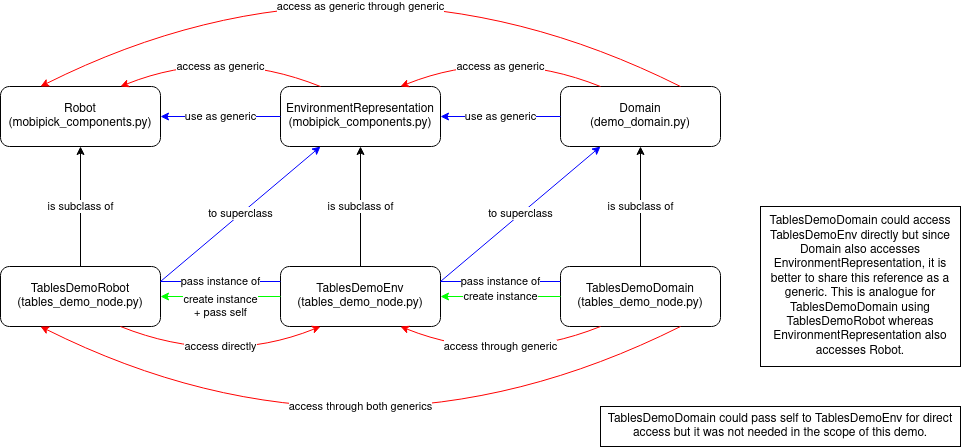
DFKI-NI/mobipick_labs keeps this draw.io diagram as tables_demo_planning/Tables Demo Generics.drawio.png. Above is the earlier version. Source tidied: cells renumbered, new cells last; positions are measured from the earlier drawing's top-left corner, leaving out a move shared by most shapes. The source it was exported from:
```xml
<mxGraphModel>
  <root>
    <mxCell id="0" />
    <mxCell id="1" parent="0" />
    <mxCell id="2" value="&lt;div&gt;Robot&lt;/div&gt;&lt;div&gt;(mobipick_components.py)&lt;br&gt;&lt;/div&gt;" style="rounded=1;whiteSpace=wrap;html=1;" parent="1" vertex="1">
      <mxGeometry y="160" width="160" height="60" as="geometry" />
    </mxCell>
    <mxCell id="3" value="&lt;div&gt;EnvironmentRepresentation&lt;/div&gt;&lt;div&gt;(mobipick_components.py)&lt;/div&gt;" style="rounded=1;whiteSpace=wrap;html=1;" parent="1" vertex="1">
      <mxGeometry x="280" y="160" width="160" height="60" as="geometry" />
    </mxCell>
    <mxCell id="4" value="&lt;div&gt;Domain&lt;/div&gt;&lt;div&gt;(demo_domain.py)&lt;br&gt;&lt;/div&gt;" style="rounded=1;whiteSpace=wrap;html=1;" parent="1" vertex="1">
      <mxGeometry x="560" y="160" width="160" height="60" as="geometry" />
    </mxCell>
    <mxCell id="5" value="&lt;div&gt;TablesDemoRobot&lt;/div&gt;&lt;div&gt;(tables_demo_node.py)&lt;/div&gt;" style="rounded=1;whiteSpace=wrap;html=1;" parent="1" vertex="1">
      <mxGeometry y="340" width="160" height="60" as="geometry" />
    </mxCell>
    <mxCell id="6" value="&lt;div&gt;TablesDemoEnv&lt;/div&gt;&lt;div&gt;(tables_demo_node.py)&lt;/div&gt;" style="rounded=1;whiteSpace=wrap;html=1;" parent="1" vertex="1">
      <mxGeometry x="280" y="340" width="160" height="60" as="geometry" />
    </mxCell>
    <mxCell id="7" value="&lt;div&gt;TablesDemoDomain&lt;/div&gt;&lt;div&gt;(tables_demo_node.py)&lt;br&gt;&lt;/div&gt;" style="rounded=1;whiteSpace=wrap;html=1;" parent="1" vertex="1">
      <mxGeometry x="560" y="340" width="160" height="60" as="geometry" />
    </mxCell>
    <mxCell id="8" value="is subclass of" style="endArrow=classic;html=1;rounded=0;exitX=0.5;exitY=0;exitDx=0;exitDy=0;entryX=0.5;entryY=1;entryDx=0;entryDy=0;" parent="1" edge="1" source="5" target="2">
      <mxGeometry relative="1" as="geometry" />
    </mxCell>
    <mxCell id="9" value="is subclass of" style="endArrow=classic;html=1;rounded=0;exitX=0.5;exitY=0;exitDx=0;exitDy=0;entryX=0.5;entryY=1;entryDx=0;entryDy=0;" parent="1" edge="1" source="6" target="3">
      <mxGeometry relative="1" as="geometry" />
    </mxCell>
    <mxCell id="10" value="is subclass of" style="endArrow=classic;html=1;rounded=0;exitX=0.5;exitY=0;exitDx=0;exitDy=0;entryX=0.5;entryY=1;entryDx=0;entryDy=0;" parent="1" edge="1" source="7" target="4">
      <mxGeometry relative="1" as="geometry" />
    </mxCell>
    <mxCell id="11" value="use as generic" style="endArrow=classic;html=1;rounded=0;exitX=0;exitY=0.5;exitDx=0;exitDy=0;entryX=1;entryY=0.5;entryDx=0;entryDy=0;strokeColor=#0000FF;" parent="1" edge="1" source="3" target="2">
      <mxGeometry relative="1" as="geometry" />
    </mxCell>
    <mxCell id="12" value="use as generic" style="endArrow=classic;html=1;rounded=0;exitX=0;exitY=0.5;exitDx=0;exitDy=0;entryX=1;entryY=0.5;entryDx=0;entryDy=0;strokeColor=#0000FF;" parent="1" edge="1" source="4" target="3">
      <mxGeometry relative="1" as="geometry" />
    </mxCell>
    <mxCell id="13" value="access as generic through generic" style="curved=1;endArrow=classic;html=1;rounded=0;exitX=0.75;exitY=0;exitDx=0;exitDy=0;entryX=0.25;entryY=0;entryDx=0;entryDy=0;strokeColor=#FF0000;" parent="1" edge="1" source="4" target="2">
      <mxGeometry x="0.1" y="72" relative="1" as="geometry">
        <Array as="points">
          <mxPoint x="360" />
        </Array>
        <mxPoint y="-1" as="offset" />
      </mxGeometry>
    </mxCell>
    <mxCell id="14" value="access directly" style="curved=1;endArrow=classic;html=1;rounded=0;exitX=0.75;exitY=1;exitDx=0;exitDy=0;entryX=0.25;entryY=1;entryDx=0;entryDy=0;strokeColor=#FF0000;" parent="1" edge="1" source="5" target="6">
      <mxGeometry x="0.07" y="19" relative="1" as="geometry">
        <Array as="points">
          <mxPoint x="220" y="440" />
        </Array>
      </mxGeometry>
    </mxCell>
    <mxCell id="15" value="pass instance of" style="endArrow=none;html=1;rounded=0;exitX=0;exitY=0.25;exitDx=0;exitDy=0;entryX=1;entryY=0.25;entryDx=0;entryDy=0;strokeColor=#0000FF;" parent="1" edge="1" source="6" target="5">
      <mxGeometry relative="1" as="geometry" />
    </mxCell>
    <mxCell id="16" value="to superclass" style="endArrow=classic;html=1;rounded=0;exitX=1;exitY=0.25;exitDx=0;exitDy=0;entryX=0.25;entryY=1;entryDx=0;entryDy=0;strokeColor=#0000FF;" parent="1" edge="1" source="5" target="3">
      <mxGeometry relative="1" as="geometry" />
    </mxCell>
    <mxCell id="17" value="pass instance of" style="endArrow=none;html=1;rounded=0;exitX=0;exitY=0.25;exitDx=0;exitDy=0;entryX=1;entryY=0.25;entryDx=0;entryDy=0;strokeColor=#0000FF;" parent="1" edge="1" source="7" target="6">
      <mxGeometry relative="1" as="geometry" />
    </mxCell>
    <mxCell id="18" value="to superclass" style="endArrow=classic;html=1;rounded=0;entryX=0.25;entryY=1;entryDx=0;entryDy=0;exitX=1;exitY=0.25;exitDx=0;exitDy=0;strokeColor=#0000FF;" parent="1" edge="1" source="6" target="4">
      <mxGeometry relative="1" as="geometry" />
    </mxCell>
    <mxCell id="19" value="access through generic" style="curved=1;endArrow=classic;html=1;rounded=0;exitX=0.25;exitY=1;exitDx=0;exitDy=0;entryX=0.75;entryY=1;entryDx=0;entryDy=0;strokeColor=#FF0000;" parent="1" edge="1" source="7" target="6">
      <mxGeometry x="0.07" y="-19" relative="1" as="geometry">
        <Array as="points">
          <mxPoint x="500" y="440" />
        </Array>
      </mxGeometry>
    </mxCell>
    <mxCell id="20" value="access through both generics" style="curved=1;endArrow=classic;html=1;rounded=0;exitX=0.75;exitY=1;exitDx=0;exitDy=0;entryX=0.25;entryY=1;entryDx=0;entryDy=0;strokeColor=#FF0000;" parent="1" edge="1" source="7" target="5">
      <mxGeometry x="0.1" y="-72" relative="1" as="geometry">
        <Array as="points">
          <mxPoint x="360" y="560" />
        </Array>
        <mxPoint y="1" as="offset" />
      </mxGeometry>
    </mxCell>
    <mxCell id="21" value="&lt;div&gt;create instance&lt;/div&gt;&lt;div&gt;+ pass self&lt;br&gt;&lt;/div&gt;" style="endArrow=classic;html=1;rounded=0;exitX=0;exitY=0.5;exitDx=0;exitDy=0;entryX=1;entryY=0.5;entryDx=0;entryDy=0;strokeColor=#00FF00;" parent="1" edge="1" source="6" target="5">
      <mxGeometry y="10" relative="1" as="geometry" />
    </mxCell>
    <mxCell id="22" value="&lt;div&gt;create instance&lt;/div&gt;" style="endArrow=classic;html=1;rounded=0;exitX=0;exitY=0.5;exitDx=0;exitDy=0;strokeColor=#00FF00;entryX=1;entryY=0.5;entryDx=0;entryDy=0;" parent="1" edge="1" source="7" target="6">
      <mxGeometry relative="1" as="geometry" />
    </mxCell>
    <mxCell id="23" value="access as generic" style="curved=1;endArrow=classic;html=1;rounded=0;exitX=0.25;exitY=0;exitDx=0;exitDy=0;entryX=0.75;entryY=0;entryDx=0;entryDy=0;strokeColor=#FF0000;" parent="1" edge="1" source="4" target="3">
      <mxGeometry x="0.07" y="19" relative="1" as="geometry">
        <Array as="points">
          <mxPoint x="500" y="120" />
        </Array>
      </mxGeometry>
    </mxCell>
    <mxCell id="24" value="access as generic" style="curved=1;endArrow=classic;html=1;rounded=0;exitX=0.25;exitY=0;exitDx=0;exitDy=0;entryX=0.75;entryY=0;entryDx=0;entryDy=0;strokeColor=#FF0000;" parent="1" edge="1" source="3" target="2">
      <mxGeometry x="0.07" y="19" relative="1" as="geometry">
        <Array as="points">
          <mxPoint x="220" y="120" />
        </Array>
      </mxGeometry>
    </mxCell>
    <mxCell id="25" value="TablesDemoDomain could access TablesDemoEnv directly but since Domain also accesses EnvironmentRepresentation, it is better to share this reference as a generic. This is analogue for TablesDemoDomain using TablesDemoRobot whereas EnvironmentRepresentation also accesses Robot." style="rounded=0;whiteSpace=wrap;html=1;" parent="1" vertex="1">
      <mxGeometry x="760" y="280" width="200" height="160" as="geometry" />
    </mxCell>
    <mxCell id="26" value="&lt;div&gt;TablesDemoDomain could pass self to TablesDemoEnv for direct access but it was not needed in the scope of this demo.&lt;/div&gt;" style="rounded=0;whiteSpace=wrap;html=1;" parent="1" vertex="1">
      <mxGeometry x="600" y="480" width="360" height="40" as="geometry" />
    </mxCell>
  </root>
</mxGraphModel>
```
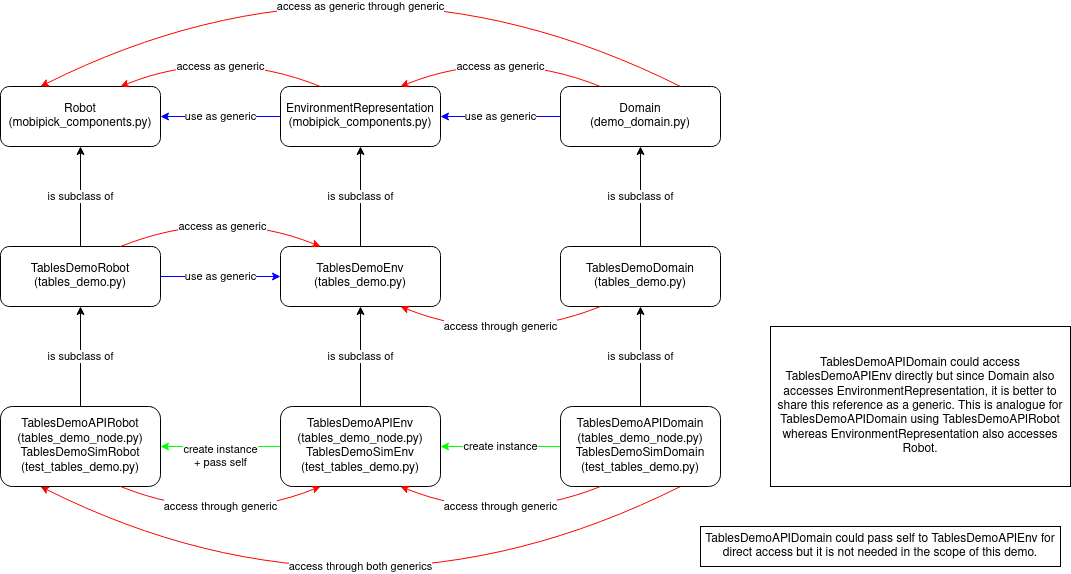
Above is the later version.

Commit message:
Refactor tables demo components and executable for reuse without ROS

What changed in the source:
```diff
@@ -11,14 +11,14 @@
     <mxCell id="4" value="&lt;div&gt;Domain&lt;/div&gt;&lt;div&gt;(demo_domain.py)&lt;br&gt;&lt;/div&gt;" style="rounded=1;whiteSpace=wrap;html=1;" parent="1" vertex="1">
       <mxGeometry x="560" y="160" width="160" height="60" as="geometry" />
     </mxCell>
-    <mxCell id="5" value="&lt;div&gt;TablesDemoRobot&lt;/div&gt;&lt;div&gt;(tables_demo_node.py)&lt;/div&gt;" style="rounded=1;whiteSpace=wrap;html=1;" parent="1" vertex="1">
-      <mxGeometry y="340" width="160" height="60" as="geometry" />
+    <mxCell id="5" value="&lt;div&gt;TablesDemoRobot&lt;/div&gt;&lt;div&gt;(tables_demo.py)&lt;/div&gt;" style="rounded=1;whiteSpace=wrap;html=1;" parent="1" vertex="1">
+      <mxGeometry y="320" width="160" height="60" as="geometry" />
     </mxCell>
-    <mxCell id="6" value="&lt;div&gt;TablesDemoEnv&lt;/div&gt;&lt;div&gt;(tables_demo_node.py)&lt;/div&gt;" style="rounded=1;whiteSpace=wrap;html=1;" parent="1" vertex="1">
-      <mxGeometry x="280" y="340" width="160" height="60" as="geometry" />
+    <mxCell id="6" value="&lt;div&gt;TablesDemoEnv&lt;/div&gt;&lt;div&gt;(tables_demo.py)&lt;/div&gt;" style="rounded=1;whiteSpace=wrap;html=1;" parent="1" vertex="1">
+      <mxGeometry x="280" y="320" width="160" height="60" as="geometry" />
     </mxCell>
-    <mxCell id="7" value="&lt;div&gt;TablesDemoDomain&lt;/div&gt;&lt;div&gt;(tables_demo_node.py)&lt;br&gt;&lt;/div&gt;" style="rounded=1;whiteSpace=wrap;html=1;" parent="1" vertex="1">
-      <mxGeometry x="560" y="340" width="160" height="60" as="geometry" />
+    <mxCell id="7" value="&lt;div&gt;TablesDemoDomain&lt;/div&gt;&lt;div&gt;(tables_demo.py)&lt;br&gt;&lt;/div&gt;" style="rounded=1;whiteSpace=wrap;html=1;" parent="1" vertex="1">
+      <mxGeometry x="560" y="320" width="160" height="60" as="geometry" />
     </mxCell>
     <mxCell id="8" value="is subclass of" style="endArrow=classic;html=1;rounded=0;exitX=0.5;exitY=0;exitDx=0;exitDy=0;entryX=0.5;entryY=1;entryDx=0;entryDy=0;" parent="1" edge="1" source="5" target="2">
       <mxGeometry relative="1" as="geometry" />
@@ -43,44 +43,32 @@
         <mxPoint y="-1" as="offset" />
       </mxGeometry>
     </mxCell>
-    <mxCell id="14" value="access directly" style="curved=1;endArrow=classic;html=1;rounded=0;exitX=0.75;exitY=1;exitDx=0;exitDy=0;entryX=0.25;entryY=1;entryDx=0;entryDy=0;strokeColor=#FF0000;" parent="1" edge="1" source="5" target="6">
-      <mxGeometry x="0.07" y="19" relative="1" as="geometry">
+    <mxCell id="14" value="access as generic" style="curved=1;endArrow=classic;html=1;rounded=0;exitX=0.75;exitY=0;exitDx=0;exitDy=0;entryX=0.25;entryY=0;entryDx=0;entryDy=0;strokeColor=#FF0000;" parent="1" edge="1" source="5" target="6">
+      <mxGeometry x="0.08" y="-18" relative="1" as="geometry">
         <Array as="points">
-          <mxPoint x="220" y="440" />
+          <mxPoint x="220" y="280" />
         </Array>
       </mxGeometry>
     </mxCell>
-    <mxCell id="15" value="pass instance of" style="endArrow=none;html=1;rounded=0;exitX=0;exitY=0.25;exitDx=0;exitDy=0;entryX=1;entryY=0.25;entryDx=0;entryDy=0;strokeColor=#0000FF;" parent="1" edge="1" source="6" target="5">
-      <mxGeometry relative="1" as="geometry" />
-    </mxCell>
-    <mxCell id="16" value="to superclass" style="endArrow=classic;html=1;rounded=0;exitX=1;exitY=0.25;exitDx=0;exitDy=0;entryX=0.25;entryY=1;entryDx=0;entryDy=0;strokeColor=#0000FF;" parent="1" edge="1" source="5" target="3">
-      <mxGeometry relative="1" as="geometry" />
-    </mxCell>
-    <mxCell id="17" value="pass instance of" style="endArrow=none;html=1;rounded=0;exitX=0;exitY=0.25;exitDx=0;exitDy=0;entryX=1;entryY=0.25;entryDx=0;entryDy=0;strokeColor=#0000FF;" parent="1" edge="1" source="7" target="6">
-      <mxGeometry relative="1" as="geometry" />
-    </mxCell>
-    <mxCell id="18" value="to superclass" style="endArrow=classic;html=1;rounded=0;entryX=0.25;entryY=1;entryDx=0;entryDy=0;exitX=1;exitY=0.25;exitDx=0;exitDy=0;strokeColor=#0000FF;" parent="1" edge="1" source="6" target="4">
-      <mxGeometry relative="1" as="geometry" />
-    </mxCell>
     <mxCell id="19" value="access through generic" style="curved=1;endArrow=classic;html=1;rounded=0;exitX=0.25;exitY=1;exitDx=0;exitDy=0;entryX=0.75;entryY=1;entryDx=0;entryDy=0;strokeColor=#FF0000;" parent="1" edge="1" source="7" target="6">
       <mxGeometry x="0.07" y="-19" relative="1" as="geometry">
         <Array as="points">
-          <mxPoint x="500" y="440" />
+          <mxPoint x="500" y="420" />
         </Array>
       </mxGeometry>
     </mxCell>
-    <mxCell id="20" value="access through both generics" style="curved=1;endArrow=classic;html=1;rounded=0;exitX=0.75;exitY=1;exitDx=0;exitDy=0;entryX=0.25;entryY=1;entryDx=0;entryDy=0;strokeColor=#FF0000;" parent="1" edge="1" source="7" target="5">
+    <mxCell id="20" value="access through both generics" style="curved=1;endArrow=classic;html=1;rounded=0;exitX=0.75;exitY=1;exitDx=0;exitDy=0;entryX=0.25;entryY=1;entryDx=0;entryDy=0;strokeColor=#FF0000;" parent="1" edge="1" source="29" target="27">
       <mxGeometry x="0.1" y="-72" relative="1" as="geometry">
         <Array as="points">
-          <mxPoint x="360" y="560" />
+          <mxPoint x="360" y="720" />
         </Array>
         <mxPoint y="1" as="offset" />
       </mxGeometry>
     </mxCell>
-    <mxCell id="21" value="&lt;div&gt;create instance&lt;/div&gt;&lt;div&gt;+ pass self&lt;br&gt;&lt;/div&gt;" style="endArrow=classic;html=1;rounded=0;exitX=0;exitY=0.5;exitDx=0;exitDy=0;entryX=1;entryY=0.5;entryDx=0;entryDy=0;strokeColor=#00FF00;" parent="1" edge="1" source="6" target="5">
+    <mxCell id="21" value="&lt;div&gt;create instance&lt;/div&gt;&lt;div&gt;+ pass self&lt;br&gt;&lt;/div&gt;" style="endArrow=classic;html=1;rounded=0;exitX=0;exitY=0.5;exitDx=0;exitDy=0;entryX=1;entryY=0.5;entryDx=0;entryDy=0;strokeColor=#00FF00;" parent="1" edge="1" source="28" target="27">
       <mxGeometry y="10" relative="1" as="geometry" />
     </mxCell>
-    <mxCell id="22" value="&lt;div&gt;create instance&lt;/div&gt;" style="endArrow=classic;html=1;rounded=0;exitX=0;exitY=0.5;exitDx=0;exitDy=0;strokeColor=#00FF00;entryX=1;entryY=0.5;entryDx=0;entryDy=0;" parent="1" edge="1" source="7" target="6">
+    <mxCell id="22" value="&lt;div&gt;create instance&lt;/div&gt;" style="endArrow=classic;html=1;rounded=0;exitX=0;exitY=0.5;exitDx=0;exitDy=0;strokeColor=#00FF00;entryX=1;entryY=0.5;entryDx=0;entryDy=0;" parent="1" edge="1" source="29" target="28">
       <mxGeometry relative="1" as="geometry" />
     </mxCell>
     <mxCell id="23" value="access as generic" style="curved=1;endArrow=classic;html=1;rounded=0;exitX=0.25;exitY=0;exitDx=0;exitDy=0;entryX=0.75;entryY=0;entryDx=0;entryDy=0;strokeColor=#FF0000;" parent="1" edge="1" source="4" target="3">
@@ -97,11 +85,46 @@
         </Array>
       </mxGeometry>
     </mxCell>
-    <mxCell id="25" value="TablesDemoDomain could access TablesDemoEnv directly but since Domain also accesses EnvironmentRepresentation, it is better to share this reference as a generic. This is analogue for TablesDemoDomain using TablesDemoRobot whereas EnvironmentRepresentation also accesses Robot." style="rounded=0;whiteSpace=wrap;html=1;" parent="1" vertex="1">
-      <mxGeometry x="760" y="280" width="200" height="160" as="geometry" />
+    <mxCell id="25" value="TablesDemoAPIDomain could access TablesDemoAPIEnv directly but since Domain also accesses EnvironmentRepresentation, it is better to share this reference as a generic. This is analogue for TablesDemoAPIDomain using TablesDemoAPIRobot whereas EnvironmentRepresentation also accesses Robot." style="rounded=0;whiteSpace=wrap;html=1;" parent="1" vertex="1">
+      <mxGeometry x="770" y="400" width="300" height="160" as="geometry" />
     </mxCell>
-    <mxCell id="26" value="&lt;div&gt;TablesDemoDomain could pass self to TablesDemoEnv for direct access but it was not needed in the scope of this demo.&lt;/div&gt;" style="rounded=0;whiteSpace=wrap;html=1;" parent="1" vertex="1">
-      <mxGeometry x="600" y="480" width="360" height="40" as="geometry" />
+    <mxCell id="26" value="&lt;div&gt;TablesDemoAPIDomain could pass self to TablesDemoAPIEnv for direct access but it is not needed in the scope of this demo.&lt;/div&gt;" style="rounded=0;whiteSpace=wrap;html=1;" parent="1" vertex="1">
+      <mxGeometry x="700" y="600" width="360" height="40" as="geometry" />
     </mxCell>
+    <mxCell id="27" value="&lt;div&gt;TablesDemoAPIRobot&lt;/div&gt;&lt;div&gt;(tables_demo_node.py)&lt;/div&gt;&lt;div&gt;TablesDemoSimRobot&lt;/div&gt;&lt;div&gt;(test_tables_demo.py)&lt;br&gt;&lt;/div&gt;" style="rounded=1;whiteSpace=wrap;html=1;" parent="1" vertex="1">
+      <mxGeometry y="480" width="160" height="80" as="geometry" />
+    </mxCell>
+    <mxCell id="28" value="&lt;div&gt;TablesDemoAPIEnv&lt;/div&gt;&lt;div&gt;(tables_demo_node.py)&lt;/div&gt;&lt;div&gt;TablesDemoSimEnv&lt;/div&gt;&lt;div&gt;(test_tables_demo.py)&lt;br&gt;&lt;/div&gt;" style="rounded=1;whiteSpace=wrap;html=1;" parent="1" vertex="1">
+      <mxGeometry x="280" y="480" width="160" height="80" as="geometry" />
+    </mxCell>
+    <mxCell id="29" value="&lt;div&gt;TablesDemoAPIDomain&lt;/div&gt;&lt;div&gt;(tables_demo_node.py)&lt;/div&gt;&lt;div&gt;TablesDemoSimDomain&lt;/div&gt;&lt;div&gt;(test_tables_demo.py)&lt;br&gt;&lt;/div&gt;" style="rounded=1;whiteSpace=wrap;html=1;" parent="1" vertex="1">
+      <mxGeometry x="560" y="480" width="160" height="80" as="geometry" />
+    </mxCell>
+    <mxCell id="30" value="use as generic" style="endArrow=classic;html=1;rounded=0;exitX=1;exitY=0.5;exitDx=0;exitDy=0;entryX=0;entryY=0.5;entryDx=0;entryDy=0;strokeColor=#0000FF;" parent="1" edge="1" source="5" target="6">
+      <mxGeometry relative="1" as="geometry" />
+    </mxCell>
+    <mxCell id="31" value="is subclass of" style="endArrow=classic;html=1;rounded=0;exitX=0.5;exitY=0;exitDx=0;exitDy=0;entryX=0.5;entryY=1;entryDx=0;entryDy=0;" parent="1" edge="1" source="27" target="5">
+      <mxGeometry relative="1" as="geometry" />
+    </mxCell>
+    <mxCell id="32" value="is subclass of" style="endArrow=classic;html=1;rounded=0;exitX=0.5;exitY=0;exitDx=0;exitDy=0;entryX=0.5;entryY=1;entryDx=0;entryDy=0;" parent="1" edge="1" source="28" target="6">
+      <mxGeometry relative="1" as="geometry" />
+    </mxCell>
+    <mxCell id="33" value="is subclass of" style="endArrow=classic;html=1;rounded=0;exitX=0.5;exitY=0;exitDx=0;exitDy=0;entryX=0.5;entryY=1;entryDx=0;entryDy=0;" parent="1" edge="1" source="29" target="7">
+      <mxGeometry relative="1" as="geometry" />
+    </mxCell>
+    <mxCell id="34" value="access through generic" style="curved=1;endArrow=classic;html=1;rounded=0;exitX=0.75;exitY=1;exitDx=0;exitDy=0;entryX=0.25;entryY=1;entryDx=0;entryDy=0;strokeColor=#FF0000;" parent="1" edge="1" source="27" target="28">
+      <mxGeometry x="0.07" y="19" relative="1" as="geometry">
+        <Array as="points">
+          <mxPoint x="220" y="600" />
+        </Array>
+      </mxGeometry>
+    </mxCell>
+    <mxCell id="35" value="access through generic" style="curved=1;endArrow=classic;html=1;rounded=0;exitX=0.25;exitY=1;exitDx=0;exitDy=0;entryX=0.75;entryY=1;entryDx=0;entryDy=0;strokeColor=#FF0000;" parent="1" edge="1" source="29" target="28">
+      <mxGeometry x="0.07" y="-19" relative="1" as="geometry">
+        <Array as="points">
+          <mxPoint x="500" y="600" />
+        </Array>
+      </mxGeometry>
+    </mxCell>
   </root>
 </mxGraphModel>
```
